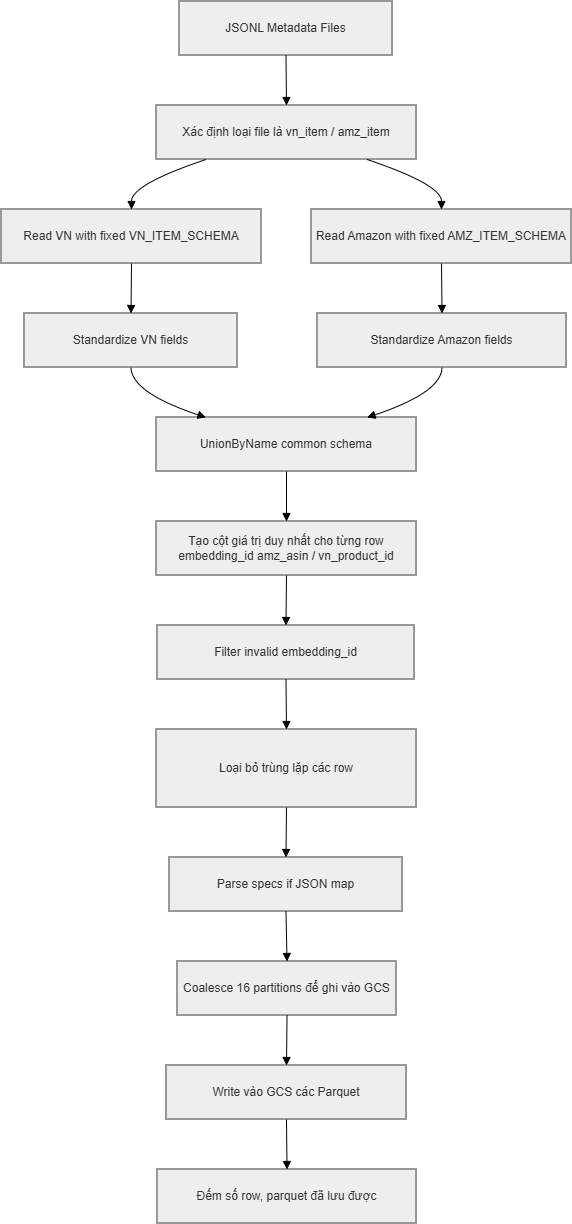
DeepLearnRecomSysDataMining/MiningMassiveData keeps this draw.io diagram as T-each-phase-Diagram/ETL_v2.drawio.png. Above is the earlier version. Source tidied: cells renumbered, new cells last; positions are measured from the earlier drawing's top-left corner, leaving out a move shared by most shapes.
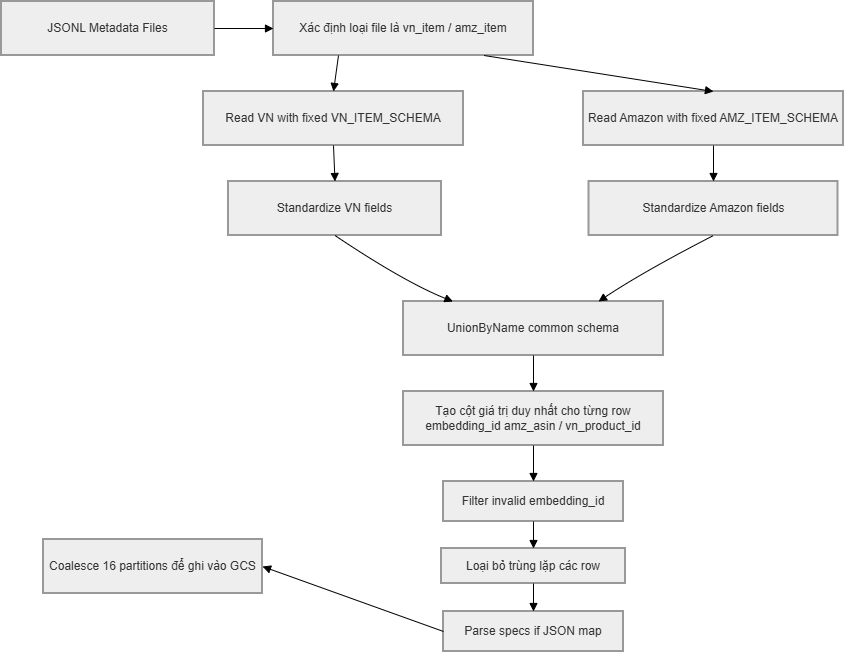
Later version of the same file.

Change to the diagram source:
```diff
@@ -1,4 +1,4 @@
-<mxGraphModel>
+<mxGraphModel background="#FFFFFF">
   <root>
     <mxCell id="0" />
     <mxCell id="1" parent="0" />
@@ -6,60 +6,46 @@
       <mxGeometry x="178" width="213" height="54" as="geometry" />
     </mxCell>
     <mxCell id="3" value="Xác định loại file là vn_item / amz_item" style="whiteSpace=wrap;strokeWidth=2;fillColor=light-dark(#eeeeee,#1f2020);strokeColor=light-dark(#999999,#cccccc);fontColor=light-dark(#333333,#cccccc);" parent="1" vertex="1">
-      <mxGeometry x="155" y="104" width="260" height="54" as="geometry" />
+      <mxGeometry x="450" width="260" height="54" as="geometry" />
     </mxCell>
     <mxCell id="4" value="Read VN with fixed VN_ITEM_SCHEMA" style="whiteSpace=wrap;strokeWidth=2;fillColor=light-dark(#eeeeee,#1f2020);strokeColor=light-dark(#999999,#cccccc);fontColor=light-dark(#333333,#cccccc);" parent="1" vertex="1">
-      <mxGeometry y="208" width="260" height="54" as="geometry" />
+      <mxGeometry x="380" y="90" width="260" height="54" as="geometry" />
     </mxCell>
     <mxCell id="5" value="Read Amazon with fixed AMZ_ITEM_SCHEMA" style="whiteSpace=wrap;strokeWidth=2;fillColor=light-dark(#eeeeee,#1f2020);strokeColor=light-dark(#999999,#cccccc);fontColor=light-dark(#333333,#cccccc);" parent="1" vertex="1">
-      <mxGeometry x="310" y="208" width="260" height="54" as="geometry" />
+      <mxGeometry x="760" y="90" width="260" height="54" as="geometry" />
     </mxCell>
     <mxCell id="6" value="Standardize VN fields" style="whiteSpace=wrap;strokeWidth=2;fillColor=light-dark(#eeeeee,#1f2020);strokeColor=light-dark(#999999,#cccccc);fontColor=light-dark(#333333,#cccccc);" parent="1" vertex="1">
-      <mxGeometry x="23" y="312" width="213" height="54" as="geometry" />
+      <mxGeometry x="405" y="180" width="213" height="54" as="geometry" />
     </mxCell>
     <mxCell id="7" value="Standardize Amazon fields" style="whiteSpace=wrap;strokeWidth=2;fillColor=light-dark(#eeeeee,#1f2020);strokeColor=light-dark(#999999,#cccccc);fontColor=light-dark(#333333,#cccccc);" parent="1" vertex="1">
-      <mxGeometry x="316" y="312" width="249" height="54" as="geometry" />
+      <mxGeometry x="765.5" y="180" width="249" height="54" as="geometry" />
     </mxCell>
     <mxCell id="8" value="UnionByName common schema" style="whiteSpace=wrap;strokeWidth=2;fillColor=light-dark(#eeeeee,#1f2020);strokeColor=light-dark(#999999,#cccccc);fontColor=light-dark(#333333,#cccccc);" parent="1" vertex="1">
-      <mxGeometry x="155" y="416" width="260" height="54" as="geometry" />
+      <mxGeometry x="580" y="300" width="260" height="54" as="geometry" />
     </mxCell>
     <mxCell id="9" value="Tạo cột giá trị duy nhất cho từng row embedding_id amz_asin / vn_product_id" style="whiteSpace=wrap;strokeWidth=2;fillColor=light-dark(#eeeeee,#1f2020);strokeColor=light-dark(#999999,#cccccc);fontColor=light-dark(#333333,#cccccc);" parent="1" vertex="1">
-      <mxGeometry x="155" y="520" width="260" height="54" as="geometry" />
+      <mxGeometry x="580" y="390" width="260" height="54" as="geometry" />
     </mxCell>
     <mxCell id="10" value="Filter invalid embedding_id" style="whiteSpace=wrap;strokeWidth=2;fillColor=light-dark(#eeeeee,#1f2020);strokeColor=light-dark(#999999,#cccccc);fontColor=light-dark(#333333,#cccccc);" parent="1" vertex="1">
-      <mxGeometry x="156" y="624" width="257" height="54" as="geometry" />
+      <mxGeometry x="620" y="480" width="180" height="40" as="geometry" />
     </mxCell>
     <mxCell id="11" value="Loại bỏ trùng lặp các row" style="whiteSpace=wrap;strokeWidth=2;fillColor=light-dark(#eeeeee,#1f2020);strokeColor=light-dark(#999999,#cccccc);fontColor=light-dark(#333333,#cccccc);" parent="1" vertex="1">
-      <mxGeometry x="155" y="728" width="260" height="78" as="geometry" />
+      <mxGeometry x="618" y="547" width="184" height="35" as="geometry" />
     </mxCell>
     <mxCell id="12" value="Parse specs if JSON map" style="whiteSpace=wrap;strokeWidth=2;fillColor=light-dark(#eeeeee,#1f2020);strokeColor=light-dark(#999999,#cccccc);fontColor=light-dark(#333333,#cccccc);" parent="1" vertex="1">
-      <mxGeometry x="168" y="856" width="233" height="54" as="geometry" />
+      <mxGeometry x="620" y="610" width="180" height="40" as="geometry" />
     </mxCell>
     <mxCell id="13" value="Coalesce 16 partitions để ghi vào GCS" style="whiteSpace=wrap;strokeWidth=2;fillColor=light-dark(#eeeeee,#1f2020);strokeColor=light-dark(#999999,#cccccc);fontColor=light-dark(#333333,#cccccc);" parent="1" vertex="1">
-      <mxGeometry x="176" y="960" width="219" height="54" as="geometry" />
+      <mxGeometry x="220" y="538" width="219" height="54" as="geometry" />
     </mxCell>
-    <mxCell id="14" value="Write vào GCS các Parquet" style="whiteSpace=wrap;strokeWidth=2;fillColor=light-dark(#eeeeee,#1f2020);strokeColor=light-dark(#999999,#cccccc);fontColor=light-dark(#333333,#cccccc);" parent="1" vertex="1">
-      <mxGeometry x="165" y="1064" width="240" height="54" as="geometry" />
-    </mxCell>
-    <mxCell id="15" value="Đếm số row, parquet đã lưu được" style="whiteSpace=wrap;strokeWidth=2;fillColor=light-dark(#eeeeee,#1f2020);strokeColor=light-dark(#999999,#cccccc);fontColor=light-dark(#333333,#cccccc);" parent="1" vertex="1">
-      <mxGeometry x="156" y="1168" width="259" height="54" as="geometry" />
-    </mxCell>
-    <mxCell id="16" style="curved=1;startArrow=none;endArrow=block;exitX=0.5;exitY=1;entryX=0.5;entryY=0;rounded=0;" parent="1" edge="1" source="2" target="3">
+    <mxCell id="16" style="curved=1;startArrow=none;endArrow=block;exitX=1;exitY=0.5;entryX=0;entryY=0.5;rounded=0;entryDx=0;entryDy=0;exitDx=0;exitDy=0;" parent="1" edge="1" source="2" target="3">
       <mxGeometry relative="1" as="geometry" />
     </mxCell>
-    <mxCell id="17" style="curved=1;startArrow=none;endArrow=block;exitX=0.19;exitY=1;entryX=0.5;entryY=0;rounded=0;" parent="1" edge="1" source="3" target="4">
-      <mxGeometry relative="1" as="geometry">
-        <Array as="points">
-          <mxPoint x="130" y="183" />
-        </Array>
-      </mxGeometry>
+    <mxCell id="17" style="curved=1;startArrow=none;endArrow=block;exitX=0.25;exitY=1;entryX=0.5;entryY=0;rounded=0;exitDx=0;exitDy=0;" parent="1" edge="1" source="3" target="4">
+      <mxGeometry relative="1" as="geometry" />
     </mxCell>
     <mxCell id="18" style="curved=1;startArrow=none;endArrow=block;exitX=0.81;exitY=1;entryX=0.5;entryY=0;rounded=0;" parent="1" edge="1" source="3" target="5">
-      <mxGeometry relative="1" as="geometry">
-        <Array as="points">
-          <mxPoint x="440" y="183" />
-        </Array>
-      </mxGeometry>
+      <mxGeometry relative="1" as="geometry" />
     </mxCell>
     <mxCell id="19" style="curved=1;startArrow=none;endArrow=block;exitX=0.5;exitY=1;entryX=0.5;entryY=0;rounded=0;" parent="1" edge="1" source="4" target="6">
       <mxGeometry relative="1" as="geometry" />
@@ -70,21 +56,19 @@
     <mxCell id="21" style="curved=1;startArrow=none;endArrow=block;exitX=0.5;exitY=1;entryX=0.19;entryY=0;rounded=0;" parent="1" edge="1" source="6" target="8">
       <mxGeometry relative="1" as="geometry">
         <Array as="points">
-          <mxPoint x="130" y="391" />
+          <mxPoint x="580" y="280" />
         </Array>
       </mxGeometry>
     </mxCell>
-    <mxCell id="22" style="curved=1;startArrow=none;endArrow=block;exitX=0.5;exitY=1;entryX=0.81;entryY=0;rounded=0;" parent="1" edge="1" source="7" target="8">
+    <mxCell id="22" style="curved=1;startArrow=none;endArrow=block;exitX=0.5;exitY=1;entryX=0.75;entryY=0;rounded=0;entryDx=0;entryDy=0;" parent="1" edge="1" source="7" target="8">
       <mxGeometry relative="1" as="geometry">
         <Array as="points">
-          <mxPoint x="440" y="391" />
+          <mxPoint x="820" y="270" />
         </Array>
       </mxGeometry>
     </mxCell>
-    <mxCell id="23" style="curved=1;startArrow=none;endArrow=block;exitX=0.5;exitY=1;entryX=0.5;entryY=0;rounded=0;" parent="1" edge="1" source="8">
-      <mxGeometry relative="1" as="geometry">
-        <mxPoint x="285" y="520" as="targetPoint" />
-      </mxGeometry>
+    <mxCell id="23" style="curved=1;startArrow=none;endArrow=block;exitX=0.5;exitY=1;rounded=0;" parent="1" edge="1" source="8" target="9">
+      <mxGeometry relative="1" as="geometry" />
     </mxCell>
     <mxCell id="24" style="curved=1;startArrow=none;endArrow=block;exitX=0.5;exitY=1;entryX=0.5;entryY=0;rounded=0;" parent="1" edge="1" source="9" target="10">
       <mxGeometry relative="1" as="geometry" />
@@ -95,14 +79,8 @@
     <mxCell id="26" style="curved=1;startArrow=none;endArrow=block;exitX=0.5;exitY=1;entryX=0.5;entryY=0;rounded=0;" parent="1" edge="1" source="11" target="12">
       <mxGeometry relative="1" as="geometry" />
     </mxCell>
-    <mxCell id="27" style="curved=1;startArrow=none;endArrow=block;exitX=0.5;exitY=1;entryX=0.5;entryY=0;rounded=0;" parent="1" edge="1" source="12" target="13">
+    <mxCell id="27" style="curved=1;startArrow=none;endArrow=block;exitX=0;exitY=0.5;entryX=1;entryY=0.5;rounded=0;entryDx=0;entryDy=0;exitDx=0;exitDy=0;" parent="1" edge="1" source="12" target="13">
       <mxGeometry relative="1" as="geometry" />
     </mxCell>
-    <mxCell id="28" style="curved=1;startArrow=none;endArrow=block;exitX=0.5;exitY=1;entryX=0.5;entryY=0;rounded=0;" parent="1" edge="1" source="13" target="14">
-      <mxGeometry relative="1" as="geometry" />
-    </mxCell>
-    <mxCell id="29" style="curved=1;startArrow=none;endArrow=block;exitX=0.5;exitY=1;entryX=0.5;entryY=0;rounded=0;" parent="1" edge="1" source="14" target="15">
-      <mxGeometry relative="1" as="geometry" />
-    </mxCell>
   </root>
 </mxGraphModel>
```
